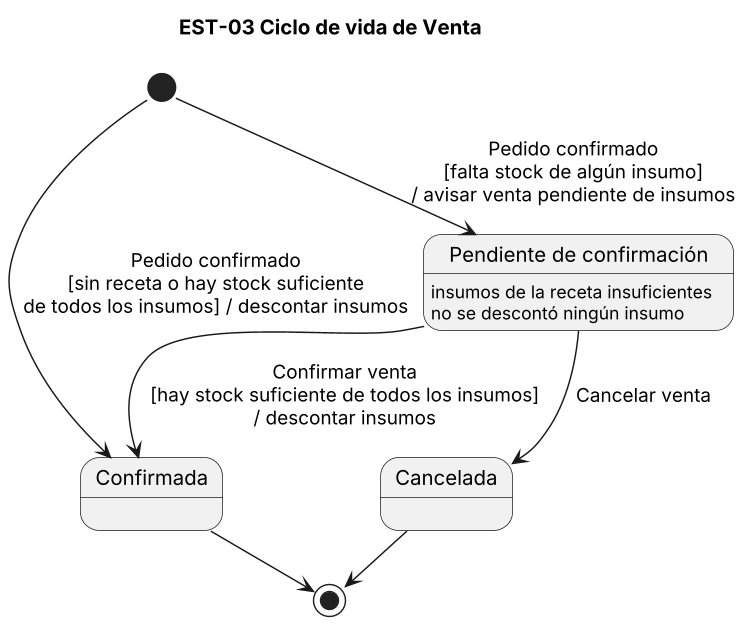
The PlantUML diagram diagramas/est-03.png in lambtto/Gestor-Inventario-Brookie, before a commit. Source of this version:
```plantuml
@startuml est-03
!pragma layout smetana
title EST-03 Ciclo de vida de Venta
skinparam dpi 140
state "Confirmada" as Con
state "Pendiente de confirmación" as Pen
state "Cancelada" as Can

Pen : insumos de la receta insuficientes
Pen : no se descontó ningún insumo

[*] --> Con : Pedido confirmado\n[sin receta o hay stock suficiente\nde todos los insumos] / descontar insumos
[*] --> Pen : Pedido confirmado\n[falta stock de algún insumo]\n/ avisar venta pendiente de insumos
Pen --> Con : Confirmar venta\n[hay stock suficiente de todos los insumos]\n/ descontar insumos
Pen --> Can : Cancelar venta
Con --> [*]
Can --> [*]
@enduml
```
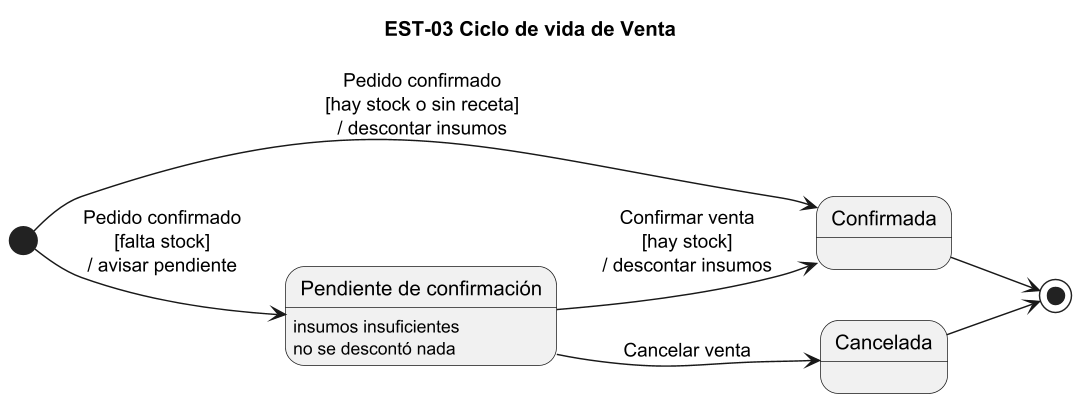
Above is the later version.

What changed in the source:
```diff
@@ -1,17 +1,17 @@
 @startuml est-03
-!pragma layout smetana
 title EST-03 Ciclo de vida de Venta
 skinparam dpi 140
+left to right direction
 state "Confirmada" as Con
 state "Pendiente de confirmación" as Pen
 state "Cancelada" as Can
 
-Pen : insumos de la receta insuficientes
-Pen : no se descontó ningún insumo
+Pen : insumos insuficientes
+Pen : no se descontó nada
 
-[*] --> Con : Pedido confirmado\n[sin receta o hay stock suficiente\nde todos los insumos] / descontar insumos
-[*] --> Pen : Pedido confirmado\n[falta stock de algún insumo]\n/ avisar venta pendiente de insumos
-Pen --> Con : Confirmar venta\n[hay stock suficiente de todos los insumos]\n/ descontar insumos
+[*] --> Con : Pedido confirmado\n[hay stock o sin receta]\n/ descontar insumos
+[*] --> Pen : Pedido confirmado\n[falta stock]\n/ avisar pendiente
+Pen --> Con : Confirmar venta\n[hay stock]\n/ descontar insumos
 Pen --> Can : Cancelar venta
 Con --> [*]
 Can --> [*]
```
